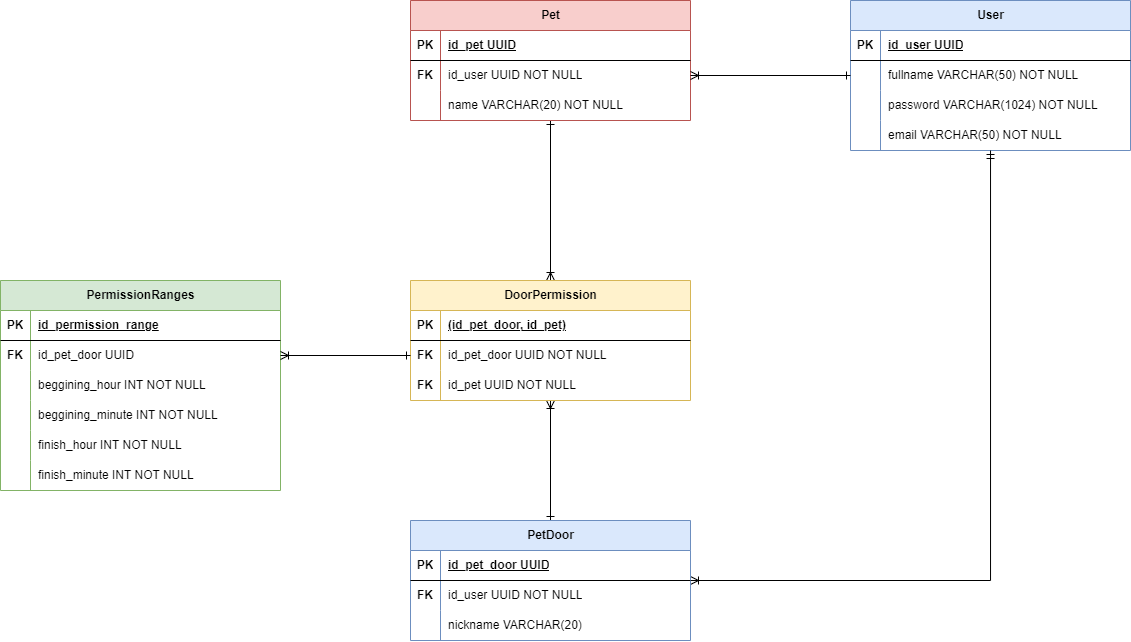
Before: docs/TailTechDB.drawio.png, a diagram exported from draw.io (kau-menezes/TailTech-Server). Source tidied: cells renumbered, new cells last; positions are measured from the earlier drawing's top-left corner, leaving out a move shared by most shapes.
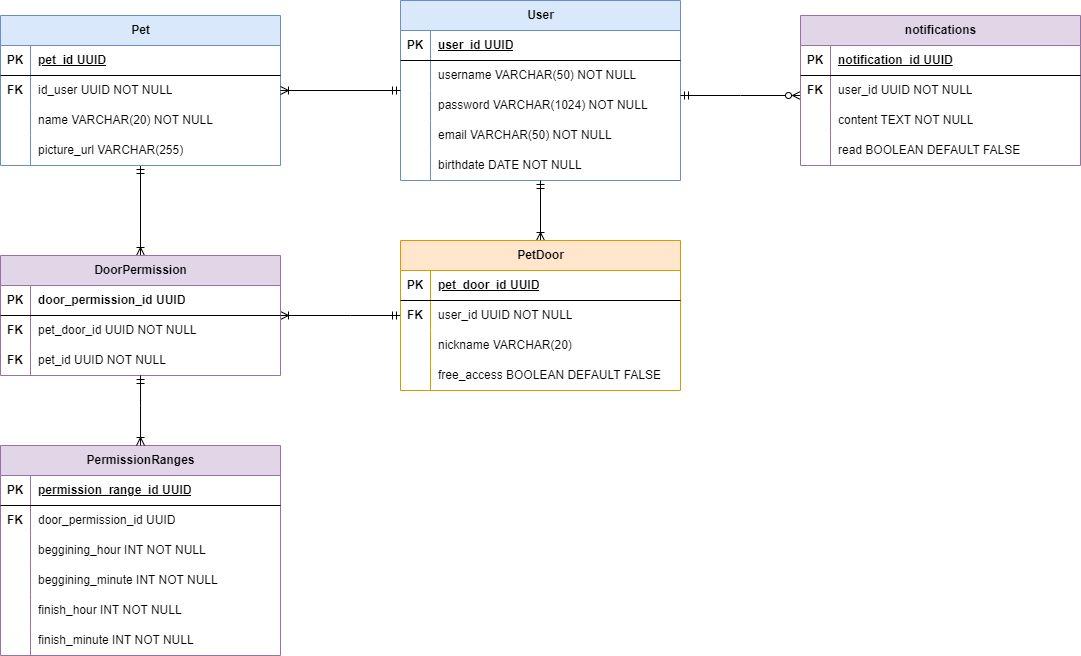
Later version of the same file.

Diff of the diagram source:
```diff
@@ -5,3 +5,3 @@
     <mxCell id="2" value="User" style="shape=table;startSize=30;rowLines=0;fontStyle=1;align=center;html=1;fillColor=#dae8fc;strokeColor=#6c8ebf;" parent="1" vertex="1">
-      <mxGeometry x="850" width="280" height="150" as="geometry" />
+      <mxGeometry x="810" y="-15" width="280" height="180" as="geometry" />
     </mxCell>
@@ -13,3 +13,3 @@
     </mxCell>
-    <mxCell id="5" value="id_user UUID" style="shape=partialRectangle;fillColor=none;top=0;left=0;bottom=0;right=0;align=left;spacingLeft=6;fontStyle=5;overflow=hidden;whiteSpace=wrap;html=1;" parent="3" vertex="1">
+    <mxCell id="5" value="user_id UUID" style="shape=partialRectangle;fillColor=none;top=0;left=0;bottom=0;right=0;align=left;spacingLeft=6;fontStyle=5;overflow=hidden;whiteSpace=wrap;html=1;" parent="3" vertex="1">
       <mxGeometry x="30" width="250" height="30" as="geometry" />
@@ -22,3 +22,3 @@
     </mxCell>
-    <mxCell id="8" value="fullname VARCHAR(50) NOT NULL&amp;nbsp;" style="shape=partialRectangle;fillColor=none;top=0;left=0;bottom=0;right=0;align=left;spacingLeft=6;overflow=hidden;whiteSpace=wrap;html=1;" parent="6" vertex="1">
+    <mxCell id="8" value="username VARCHAR(50) NOT NULL&amp;nbsp;" style="shape=partialRectangle;fillColor=none;top=0;left=0;bottom=0;right=0;align=left;spacingLeft=6;overflow=hidden;whiteSpace=wrap;html=1;" parent="6" vertex="1">
       <mxGeometry x="30" width="250" height="30" as="geometry" />
@@ -43,7 +43,16 @@
     </mxCell>
+    <mxCell id="69" style="shape=tableRow;horizontal=0;startSize=0;swimlaneHead=0;swimlaneBody=0;fillColor=none;top=0;left=0;right=0;bottom=0;" parent="2" vertex="1">
+      <mxGeometry y="150" width="280" height="30" as="geometry" />
+    </mxCell>
+    <mxCell id="70" style="shape=partialRectangle;fillColor=none;top=0;left=0;bottom=0;right=0;overflow=hidden;whiteSpace=wrap;html=1;" parent="69" vertex="1">
+      <mxGeometry width="30" height="30" as="geometry" />
+    </mxCell>
+    <mxCell id="71" value="birthdate DATE NOT NULL" style="shape=partialRectangle;fillColor=none;top=0;left=0;bottom=0;right=0;align=left;spacingLeft=6;overflow=hidden;whiteSpace=wrap;html=1;" parent="69" vertex="1">
+      <mxGeometry x="30" width="250" height="30" as="geometry" />
+    </mxCell>
-    <mxCell id="15" style="edgeStyle=orthogonalEdgeStyle;rounded=0;jettySize=auto;html=1;endArrow=ERoneToMany;endFill=0;startArrow=ERone;startFill=0;" parent="1" edge="1" source="16" target="38">
+    <mxCell id="15" style="edgeStyle=orthogonalEdgeStyle;rounded=0;jettySize=auto;html=1;endArrow=ERoneToMany;endFill=0;startArrow=ERmandOne;startFill=0;" parent="1" edge="1" source="16" target="38">
       <mxGeometry relative="1" as="geometry" />
     </mxCell>
-    <mxCell id="16" value="Pet" style="shape=table;startSize=30;rowLines=0;fontStyle=1;align=center;html=1;fillColor=#f8cecc;strokeColor=#b85450;" parent="1" vertex="1">
-      <mxGeometry x="410" width="280" height="120" as="geometry" />
+    <mxCell id="16" value="Pet" style="shape=table;startSize=30;rowLines=0;fontStyle=1;align=center;html=1;fillColor=#dae8fc;strokeColor=#6c8ebf;" parent="1" vertex="1">
+      <mxGeometry x="410" width="280" height="150" as="geometry" />
     </mxCell>
@@ -55,3 +64,3 @@
     </mxCell>
-    <mxCell id="19" value="id_pet UUID" style="shape=partialRectangle;fillColor=none;top=0;left=0;bottom=0;right=0;align=left;spacingLeft=6;fontStyle=5;overflow=hidden;whiteSpace=wrap;html=1;" parent="17" vertex="1">
+    <mxCell id="19" value="pet_id UUID" style="shape=partialRectangle;fillColor=none;top=0;left=0;bottom=0;right=0;align=left;spacingLeft=6;fontStyle=5;overflow=hidden;whiteSpace=wrap;html=1;" parent="17" vertex="1">
       <mxGeometry x="30" width="250" height="30" as="geometry" />
@@ -76,4 +85,18 @@
     </mxCell>
+    <mxCell id="72" style="shape=tableRow;horizontal=0;startSize=0;swimlaneHead=0;swimlaneBody=0;fillColor=none;top=0;left=0;right=0;bottom=0;" parent="16" vertex="1">
+      <mxGeometry y="120" width="280" height="30" as="geometry" />
+    </mxCell>
+    <mxCell id="73" style="shape=partialRectangle;fillColor=none;top=0;left=0;bottom=0;right=0;overflow=hidden;whiteSpace=wrap;html=1;" parent="72" vertex="1">
+      <mxGeometry width="30" height="30" as="geometry" />
+    </mxCell>
+    <mxCell id="74" value="picture_url VARCHAR(255)" style="shape=partialRectangle;fillColor=none;top=0;left=0;bottom=0;right=0;align=left;spacingLeft=6;overflow=hidden;whiteSpace=wrap;html=1;" parent="72" vertex="1">
+      <mxGeometry x="30" width="250" height="30" as="geometry" />
+    </mxCell>
-    <mxCell id="26" style="edgeStyle=orthogonalEdgeStyle;rounded=0;jettySize=auto;html=1;exitX=0.5;exitY=0;exitDx=0;exitDy=0;endArrow=ERoneToMany;endFill=0;startArrow=ERone;startFill=0;" parent="1" edge="1" source="28" target="38">
-      <mxGeometry relative="1" as="geometry" />
+    <mxCell id="26" style="edgeStyle=orthogonalEdgeStyle;rounded=0;jettySize=auto;html=1;endArrow=ERoneToMany;endFill=0;startArrow=ERmandOne;startFill=0;" parent="1" edge="1" source="28" target="38">
+      <mxGeometry relative="1" as="geometry">
+        <Array as="points">
+          <mxPoint x="760" y="300" />
+          <mxPoint x="760" y="300" />
+        </Array>
+      </mxGeometry>
     </mxCell>
@@ -82,4 +105,4 @@
     </mxCell>
-    <mxCell id="28" value="PetDoor" style="shape=table;startSize=30;rowLines=0;fontStyle=1;align=center;html=1;fillColor=#dae8fc;strokeColor=#6c8ebf;" parent="1" vertex="1">
-      <mxGeometry x="410" y="520" width="280" height="120" as="geometry" />
+    <mxCell id="28" value="PetDoor" style="shape=table;startSize=30;rowLines=0;fontStyle=1;align=center;html=1;fillColor=#ffe6cc;strokeColor=#d79b00;" parent="1" vertex="1">
+      <mxGeometry x="810" y="225" width="280" height="150" as="geometry" />
     </mxCell>
@@ -91,3 +114,3 @@
     </mxCell>
-    <mxCell id="31" value="id_pet_door UUID" style="shape=partialRectangle;fillColor=none;top=0;left=0;bottom=0;right=0;align=left;spacingLeft=6;fontStyle=5;overflow=hidden;whiteSpace=wrap;html=1;" parent="29" vertex="1">
+    <mxCell id="31" value="pet_door_id UUID" style="shape=partialRectangle;fillColor=none;top=0;left=0;bottom=0;right=0;align=left;spacingLeft=6;fontStyle=5;overflow=hidden;whiteSpace=wrap;html=1;" parent="29" vertex="1">
       <mxGeometry x="30" width="250" height="30" as="geometry" />
@@ -100,3 +123,3 @@
     </mxCell>
-    <mxCell id="34" value="id_user UUID NOT NULL" style="shape=partialRectangle;fillColor=none;top=0;left=0;bottom=0;right=0;align=left;spacingLeft=6;overflow=hidden;whiteSpace=wrap;html=1;" parent="32" vertex="1">
+    <mxCell id="34" value="user_id UUID NOT NULL" style="shape=partialRectangle;fillColor=none;top=0;left=0;bottom=0;right=0;align=left;spacingLeft=6;overflow=hidden;whiteSpace=wrap;html=1;" parent="32" vertex="1">
       <mxGeometry x="30" width="250" height="30" as="geometry" />
@@ -112,14 +135,23 @@
     </mxCell>
+    <mxCell id="75" style="shape=tableRow;horizontal=0;startSize=0;swimlaneHead=0;swimlaneBody=0;fillColor=none;top=0;left=0;right=0;bottom=0;" parent="28" vertex="1">
+      <mxGeometry y="120" width="280" height="30" as="geometry" />
+    </mxCell>
+    <mxCell id="76" style="shape=partialRectangle;fillColor=none;top=0;left=0;bottom=0;right=0;overflow=hidden;whiteSpace=wrap;html=1;" parent="75" vertex="1">
+      <mxGeometry width="30" height="30" as="geometry" />
+    </mxCell>
+    <mxCell id="77" value="free_access BOOLEAN DEFAULT FALSE" style="shape=partialRectangle;fillColor=none;top=0;left=0;bottom=0;right=0;align=left;spacingLeft=6;overflow=hidden;whiteSpace=wrap;html=1;" parent="75" vertex="1">
+      <mxGeometry x="30" width="250" height="30" as="geometry" />
+    </mxCell>
-    <mxCell id="38" value="DoorPermission" style="shape=table;startSize=30;rowLines=0;fontStyle=1;align=center;html=1;fillColor=#fff2cc;strokeColor=#d6b656;" parent="1" vertex="1">
-      <mxGeometry x="410" y="280" width="280" height="120" as="geometry" />
+    <mxCell id="38" value="DoorPermission" style="shape=table;startSize=30;rowLines=0;fontStyle=1;align=center;html=1;fillColor=#e1d5e7;strokeColor=#9673a6;" parent="1" vertex="1">
+      <mxGeometry x="410" y="240" width="280" height="120" as="geometry" />
     </mxCell>
-    <mxCell id="39" style="shape=tableRow;horizontal=0;startSize=0;swimlaneHead=0;swimlaneBody=0;fillColor=none;top=0;left=0;right=0;bottom=1;" parent="38" vertex="1">
-      <mxGeometry y="30" width="280" height="30" as="geometry" />
-    </mxCell>
-    <mxCell id="40" value="PK" style="shape=partialRectangle;fillColor=none;top=0;left=0;bottom=0;right=0;fontStyle=1;overflow=hidden;whiteSpace=wrap;html=1;" parent="39" vertex="1">
-      <mxGeometry width="30" height="30" as="geometry" />
-    </mxCell>
-    <mxCell id="41" value="(id_pet_door, id_pet)" style="shape=partialRectangle;fillColor=none;top=0;left=0;bottom=0;right=0;align=left;spacingLeft=6;fontStyle=5;overflow=hidden;whiteSpace=wrap;html=1;" parent="39" vertex="1">
-      <mxGeometry x="30" width="250" height="30" as="geometry" />
-    </mxCell>
+    <mxCell id="78" style="shape=tableRow;horizontal=0;startSize=0;swimlaneHead=0;swimlaneBody=0;fillColor=none;top=0;left=0;right=0;bottom=1;fixDash=0;strokeColor=default;" parent="38" vertex="1">
+      <mxGeometry y="30" width="280" height="30" as="geometry" />
+    </mxCell>
+    <mxCell id="79" value="&lt;b&gt;PK&lt;/b&gt;" style="shape=partialRectangle;fillColor=none;top=0;left=0;bottom=0;right=0;overflow=hidden;whiteSpace=wrap;html=1;" parent="78" vertex="1">
+      <mxGeometry width="30" height="30" as="geometry" />
+    </mxCell>
+    <mxCell id="80" value="&lt;b&gt;door_permission_id UUID&lt;/b&gt;" style="shape=partialRectangle;fillColor=none;top=0;left=0;bottom=0;right=0;align=left;spacingLeft=6;overflow=hidden;whiteSpace=wrap;html=1;" parent="78" vertex="1">
+      <mxGeometry x="30" width="250" height="30" as="geometry" />
+    </mxCell>
     <mxCell id="42" style="shape=tableRow;horizontal=0;startSize=0;swimlaneHead=0;swimlaneBody=0;fillColor=none;points=[[0,0.5],[1,0.5]];portConstraint=eastwest;top=0;left=0;right=0;bottom=0;" parent="38" vertex="1">
@@ -130,3 +162,3 @@
     </mxCell>
-    <mxCell id="44" value="id_pet_door UUID NOT NULL" style="shape=partialRectangle;fillColor=none;top=0;left=0;bottom=0;right=0;align=left;spacingLeft=6;overflow=hidden;whiteSpace=wrap;html=1;" parent="42" vertex="1">
+    <mxCell id="44" value="pet_door_id UUID NOT NULL" style="shape=partialRectangle;fillColor=none;top=0;left=0;bottom=0;right=0;align=left;spacingLeft=6;overflow=hidden;whiteSpace=wrap;html=1;" parent="42" vertex="1">
       <mxGeometry x="30" width="250" height="30" as="geometry" />
@@ -139,7 +171,7 @@
     </mxCell>
-    <mxCell id="47" value="id_pet UUID NOT NULL" style="shape=partialRectangle;fillColor=none;top=0;left=0;bottom=0;right=0;align=left;spacingLeft=6;overflow=hidden;whiteSpace=wrap;html=1;" parent="45" vertex="1">
+    <mxCell id="47" value="pet_id UUID NOT NULL" style="shape=partialRectangle;fillColor=none;top=0;left=0;bottom=0;right=0;align=left;spacingLeft=6;overflow=hidden;whiteSpace=wrap;html=1;" parent="45" vertex="1">
       <mxGeometry x="30" width="250" height="30" as="geometry" />
     </mxCell>
-    <mxCell id="48" value="PermissionRanges" style="shape=table;startSize=30;rowLines=0;fontStyle=1;align=center;html=1;fillColor=#d5e8d4;strokeColor=#82b366;" parent="1" vertex="1">
-      <mxGeometry y="280" width="280" height="210" as="geometry" />
+    <mxCell id="48" value="PermissionRanges" style="shape=table;startSize=30;rowLines=0;fontStyle=1;align=center;html=1;fillColor=#e1d5e7;strokeColor=#9673a6;" parent="1" vertex="1">
+      <mxGeometry x="410" y="430" width="280" height="210" as="geometry" />
     </mxCell>
@@ -151,3 +183,3 @@
     </mxCell>
-    <mxCell id="51" value="id_permission_range" style="shape=partialRectangle;fillColor=none;top=0;left=0;bottom=0;right=0;align=left;spacingLeft=6;fontStyle=5;overflow=hidden;whiteSpace=wrap;html=1;" parent="49" vertex="1">
+    <mxCell id="51" value="permission_range_id UUID" style="shape=partialRectangle;fillColor=none;top=0;left=0;bottom=0;right=0;align=left;spacingLeft=6;fontStyle=5;overflow=hidden;whiteSpace=wrap;html=1;" parent="49" vertex="1">
       <mxGeometry x="30" width="250" height="30" as="geometry" />
@@ -160,3 +192,3 @@
     </mxCell>
-    <mxCell id="54" value="id_pet_door UUID" style="shape=partialRectangle;fillColor=none;top=0;left=0;bottom=0;right=0;align=left;spacingLeft=6;overflow=hidden;whiteSpace=wrap;html=1;" parent="52" vertex="1">
+    <mxCell id="54" value="door_permission_id UUID" style="shape=partialRectangle;fillColor=none;top=0;left=0;bottom=0;right=0;align=left;spacingLeft=6;overflow=hidden;whiteSpace=wrap;html=1;" parent="52" vertex="1">
       <mxGeometry x="30" width="250" height="30" as="geometry" />
@@ -199,8 +231,60 @@
     </mxCell>
-    <mxCell id="67" style="edgeStyle=orthogonalEdgeStyle;rounded=0;jettySize=auto;html=1;exitX=0;exitY=0.5;exitDx=0;exitDy=0;entryX=1;entryY=0.5;entryDx=0;entryDy=0;endArrow=ERoneToMany;endFill=0;startArrow=ERone;startFill=0;" parent="1" edge="1" source="42" target="52">
-      <mxGeometry relative="1" as="geometry" />
+    <mxCell id="67" style="edgeStyle=orthogonalEdgeStyle;rounded=0;jettySize=auto;html=1;endArrow=ERoneToMany;endFill=0;startArrow=ERmandOne;startFill=0;" parent="1" edge="1" source="38" target="48">
+      <mxGeometry relative="1" as="geometry">
+        <Array as="points">
+          <mxPoint x="550" y="390" />
+          <mxPoint x="550" y="390" />
+        </Array>
+      </mxGeometry>
     </mxCell>
-    <mxCell id="68" style="edgeStyle=orthogonalEdgeStyle;rounded=0;jettySize=auto;html=1;exitX=1;exitY=0.5;exitDx=0;exitDy=0;entryX=0;entryY=0.5;entryDx=0;entryDy=0;endArrow=ERone;endFill=0;startArrow=ERoneToMany;startFill=0;" parent="1" edge="1" source="20" target="6">
+    <mxCell id="68" style="edgeStyle=orthogonalEdgeStyle;rounded=0;jettySize=auto;html=1;endArrow=ERmandOne;endFill=0;startArrow=ERoneToMany;startFill=0;" parent="1" edge="1" source="16" target="2">
       <mxGeometry relative="1" as="geometry" />
     </mxCell>
+    <mxCell id="81" style="edgeStyle=orthogonalEdgeStyle;rounded=0;jettySize=auto;html=1;endArrow=ERmandOne;endFill=0;startArrow=ERzeroToMany;startFill=0;" parent="1" edge="1" source="82" target="2">
+      <mxGeometry relative="1" as="geometry">
+        <Array as="points">
+          <mxPoint x="1150" y="80" />
+          <mxPoint x="1150" y="80" />
+        </Array>
+      </mxGeometry>
+    </mxCell>
+    <mxCell id="82" value="notifications" style="shape=table;startSize=30;rowLines=0;fontStyle=1;align=center;html=1;fillColor=#e1d5e7;strokeColor=#9673a6;" parent="1" vertex="1">
+      <mxGeometry x="1210" width="280" height="150" as="geometry" />
+    </mxCell>
+    <mxCell id="39" style="shape=tableRow;horizontal=0;startSize=0;swimlaneHead=0;swimlaneBody=0;fillColor=none;top=0;left=0;right=0;bottom=1;" parent="82" vertex="1">
+      <mxGeometry y="30" width="280" height="30" as="geometry" />
+    </mxCell>
+    <mxCell id="40" value="PK" style="shape=partialRectangle;fillColor=none;top=0;left=0;bottom=0;right=0;fontStyle=1;overflow=hidden;whiteSpace=wrap;html=1;" parent="39" vertex="1">
+      <mxGeometry width="30" height="30" as="geometry" />
+    </mxCell>
+    <mxCell id="83" value="notification_id UUID" style="shape=partialRectangle;fillColor=none;top=0;left=0;bottom=0;right=0;align=left;spacingLeft=6;fontStyle=5;overflow=hidden;whiteSpace=wrap;html=1;" parent="39" vertex="1">
+      <mxGeometry x="30" width="250" height="30" as="geometry" />
+    </mxCell>
+    <mxCell id="84" style="shape=tableRow;horizontal=0;startSize=0;swimlaneHead=0;swimlaneBody=0;fillColor=none;top=0;left=0;right=0;bottom=0;" parent="82" vertex="1">
+      <mxGeometry y="60" width="280" height="30" as="geometry" />
+    </mxCell>
+    <mxCell id="85" value="&lt;b&gt;FK&lt;/b&gt;" style="shape=partialRectangle;fillColor=none;top=0;left=0;bottom=0;right=0;overflow=hidden;whiteSpace=wrap;html=1;" parent="84" vertex="1">
+      <mxGeometry width="30" height="30" as="geometry" />
+    </mxCell>
+    <mxCell id="86" value="user_id UUID NOT NULL" style="shape=partialRectangle;fillColor=none;top=0;left=0;bottom=0;right=0;align=left;spacingLeft=6;overflow=hidden;whiteSpace=wrap;html=1;" parent="84" vertex="1">
+      <mxGeometry x="30" width="250" height="30" as="geometry" />
+    </mxCell>
+    <mxCell id="87" style="shape=tableRow;horizontal=0;startSize=0;swimlaneHead=0;swimlaneBody=0;fillColor=none;top=0;left=0;right=0;bottom=0;" parent="82" vertex="1">
+      <mxGeometry y="90" width="280" height="30" as="geometry" />
+    </mxCell>
+    <mxCell id="88" style="shape=partialRectangle;fillColor=none;top=0;left=0;bottom=0;right=0;overflow=hidden;whiteSpace=wrap;html=1;" parent="87" vertex="1">
+      <mxGeometry width="30" height="30" as="geometry" />
+    </mxCell>
+    <mxCell id="89" value="content TEXT NOT NULL" style="shape=partialRectangle;fillColor=none;top=0;left=0;bottom=0;right=0;align=left;spacingLeft=6;overflow=hidden;whiteSpace=wrap;html=1;" parent="87" vertex="1">
+      <mxGeometry x="30" width="250" height="30" as="geometry" />
+    </mxCell>
+    <mxCell id="90" style="shape=tableRow;horizontal=0;startSize=0;swimlaneHead=0;swimlaneBody=0;fillColor=none;top=0;left=0;right=0;bottom=0;" parent="82" vertex="1">
+      <mxGeometry y="120" width="280" height="30" as="geometry" />
+    </mxCell>
+    <mxCell id="91" style="shape=partialRectangle;fillColor=none;top=0;left=0;bottom=0;right=0;overflow=hidden;whiteSpace=wrap;html=1;" parent="90" vertex="1">
+      <mxGeometry width="30" height="30" as="geometry" />
+    </mxCell>
+    <mxCell id="92" value="read BOOLEAN DEFAULT FALSE" style="shape=partialRectangle;fillColor=none;top=0;left=0;bottom=0;right=0;align=left;spacingLeft=6;overflow=hidden;whiteSpace=wrap;html=1;" parent="90" vertex="1">
+      <mxGeometry x="30" width="250" height="30" as="geometry" />
+    </mxCell>
   </root>
```
